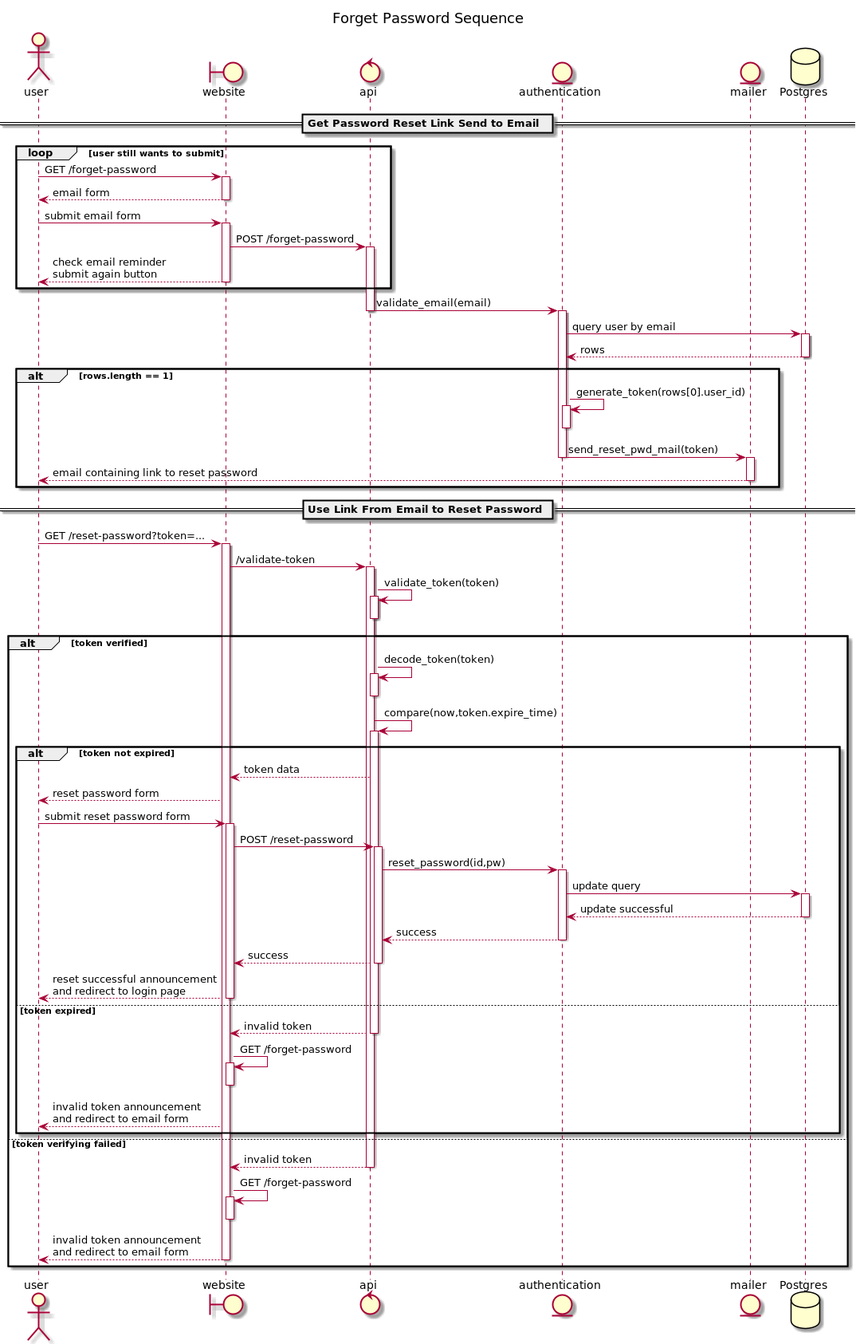
The PlantUML diagram src/client/public/docs/diagrams/out/sequence_forget_password.png in tdnguyen6/hms-PERN, before a commit.
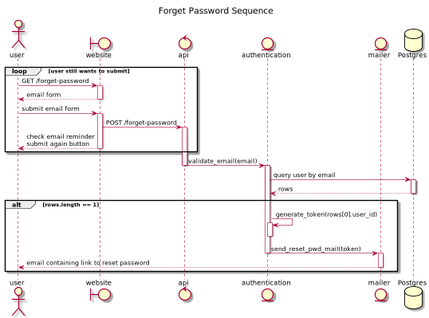
The same diagram one commit later.

Change to the diagram source:
```diff
@@ -8,8 +8,6 @@
 entity authentication as A
 entity mailer as M
 database Postgres as P
-
-== Get Password Reset Link Send to Email  ==
 
 loop user still wants to submit
     U -> W++: GET /forget-password
@@ -34,39 +32,4 @@
     M++
     U <-- M--: email containing link to reset password
 end
-
-== Use Link From Email to Reset Password ==
-
-U -> W ++: GET /reset-password?token=...
-W -> api ++: /validate-token
-api -> api ++: validate_token(token)
-api--
-alt token verified
-    api -> api++: decode_token(token)
-    api--
-    api -> api++: compare(now,token.expire_time)
-        alt token not expired
-            W <-- api: token data
-            U <-- W: reset password form
-            U -> W++: submit reset password form
-            W -> api++: POST /reset-password
-            api -> A++: reset_password(id,pw)
-            A -> P++: update query
-            return update successful
-            return success
-            return success
-            return reset successful announcement\nand redirect to login page
-        else token expired
-            W <-- api: invalid token
-            api--
-            W -> W++: GET /forget-password
-            W--
-            U <-- W: invalid token announcement\nand redirect to email form
-        end
-else token verifying failed
-    return invalid token
-    W -> W++: GET /forget-password
-    W--
-    return invalid token announcement\nand redirect to email form
-end
 @enduml
```
